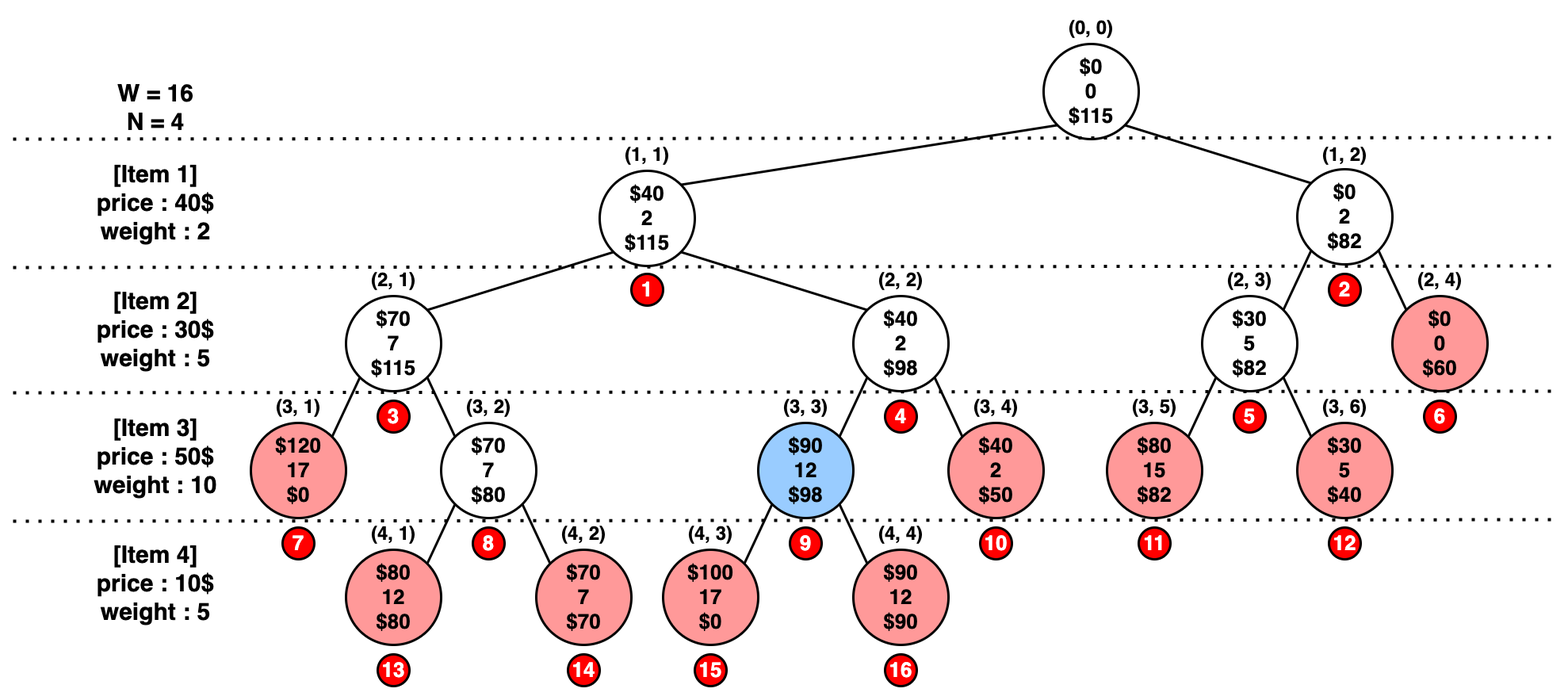
This is static/image/Algorithm/knapsackBFS.png from JS970/JS970.github.io, a draw.io export, as it was before one commit. Source tidied: cells renumbered, new cells last; positions are measured from the earlier drawing's top-left corner, leaving out a move shared by most shapes.
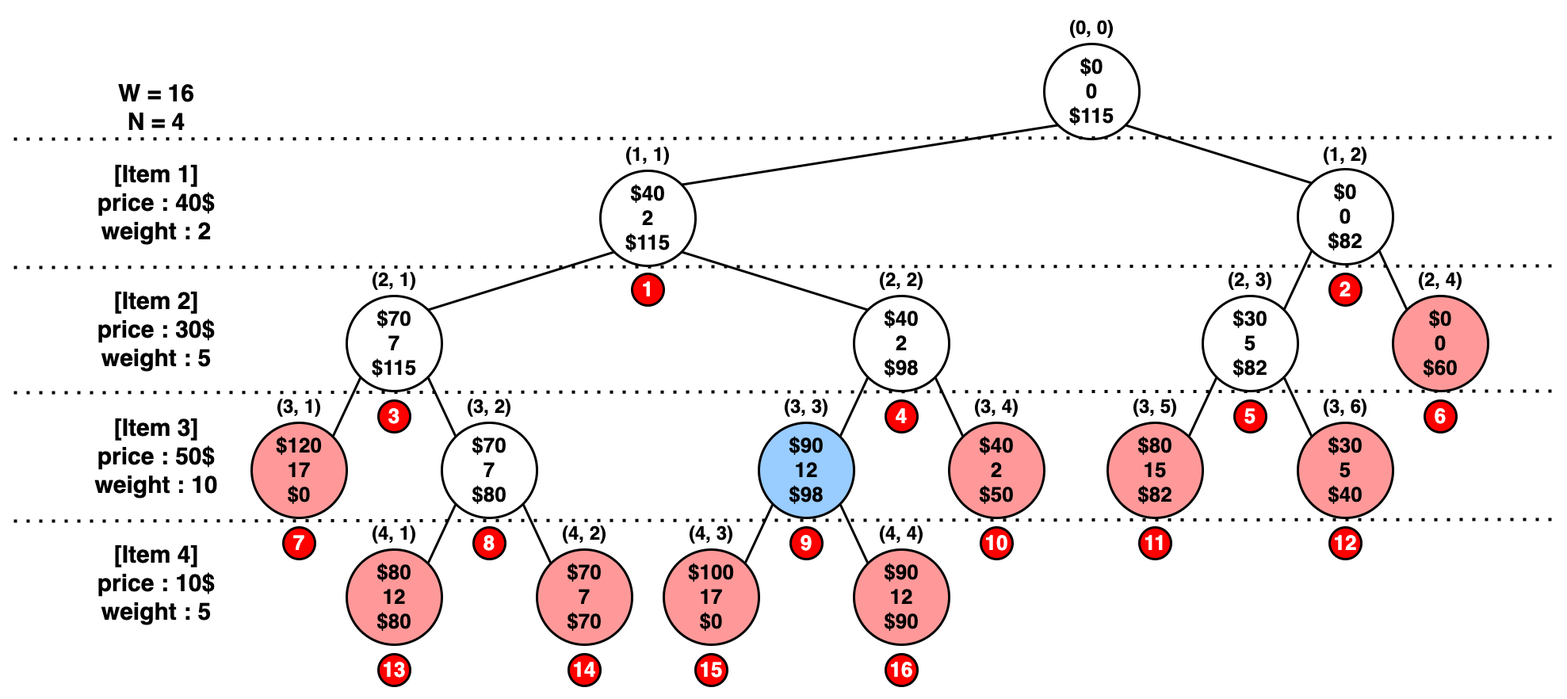
The same diagram one commit later.

Change to the diagram source:
```diff
@@ -17,7 +17,7 @@
     <mxCell id="6" value="$40&lt;br&gt;2&lt;br&gt;$115" style="ellipse;whiteSpace=wrap;html=1;fontSize=26;fontStyle=1;strokeWidth=3;" parent="1" vertex="1">
       <mxGeometry x="740" y="200" width="120" height="120" as="geometry" />
     </mxCell>
-    <mxCell id="7" value="$0&lt;br&gt;2&lt;br&gt;$82" style="ellipse;whiteSpace=wrap;html=1;fontSize=26;fontStyle=1;strokeWidth=3;" parent="1" vertex="1">
+    <mxCell id="7" value="$0&lt;br&gt;0&lt;br&gt;$82" style="ellipse;whiteSpace=wrap;html=1;fontSize=26;fontStyle=1;strokeWidth=3;" parent="1" vertex="1">
       <mxGeometry x="1620" y="198" width="120" height="120" as="geometry" />
     </mxCell>
     <mxCell id="8" value="(1, 1)" style="text;html=1;strokeColor=none;fillColor=none;align=center;verticalAlign=middle;whiteSpace=wrap;rounded=0;fontStyle=1;fontSize=24;" parent="1" vertex="1">
```
